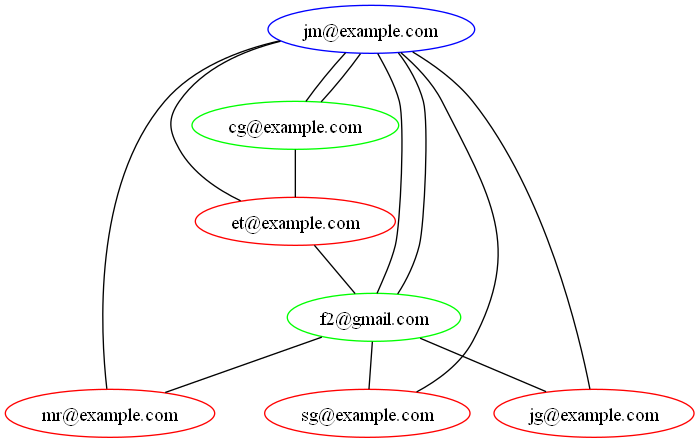
Above: Fase3/main/build/Desktop_Qt_6_7_2_MinGW_64_bit-Debug/grafo_Amistades_Sugerencias.dot.png in Kevin-alvarez1/PROYECTO_MULTIFASES_RED_SOCIAL (Graphviz), before the change. Its source is kept beside it as Fase3/main/build/Desktop_Qt_6_7_2_MinGW_64_bit-Debug/grafo_Amistades_Sugerencias.dot.
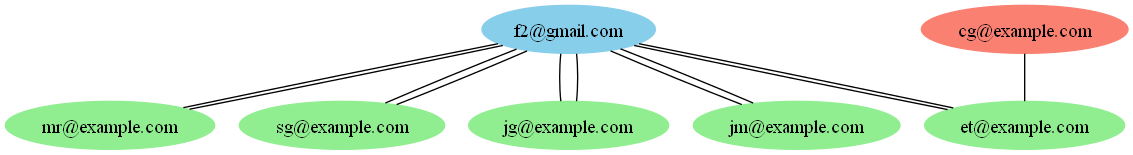
The same file after the commit.

What changed in the source:
```diff
@@ -1,22 +1,20 @@
 digraph G {
-"jm@example.com" [label="jm@example.com" color="blue"];
-"f2@gmail.com" [label="f2@gmail.com" color="green"];
-"jm@example.com" -> "f2@gmail.com" [dir=none];
-"cg@example.com" [label="cg@example.com" color="green"];
-"jm@example.com" -> "cg@example.com" [dir=none];
-"et@example.com" [label="et@example.com" color="red"];
-"jm@example.com" -> "et@example.com" [dir=none];
-"mr@example.com" [label="mr@example.com" color="red"];
-"jm@example.com" -> "mr@example.com" [dir=none];
-"sg@example.com" [label="sg@example.com" color="red"];
-"jm@example.com" -> "sg@example.com" [dir=none];
-"jg@example.com" [label="jg@example.com" color="red"];
-"jm@example.com" -> "jg@example.com" [dir=none];
+"f2@gmail.com" [label="f2@gmail.com" color="skyblue", style=filled];
+"mr@example.com" [label="mr@example.com" color="lightgreen", style=filled];
+"f2@gmail.com" -> "mr@example.com" [dir=none];
+"sg@example.com" [label="sg@example.com" color="lightgreen", style=filled];
+"f2@gmail.com" -> "sg@example.com" [dir=none];
+"jg@example.com" [label="jg@example.com" color="lightgreen", style=filled];
+"f2@gmail.com" -> "jg@example.com" [dir=none];
+"jm@example.com" [label="jm@example.com" color="lightgreen", style=filled];
+"f2@gmail.com" -> "jm@example.com" [dir=none];
+"et@example.com" [label="et@example.com" color="lightgreen", style=filled];
+"f2@gmail.com" -> "et@example.com" [dir=none];
+"cg@example.com" [label="cg@example.com" color="salmon", style=filled];
 "f2@gmail.com" -> "mr@example.com"[dir=none];
 "f2@gmail.com" -> "sg@example.com"[dir=none];
 "f2@gmail.com" -> "jg@example.com"[dir=none];
 "f2@gmail.com" -> "jm@example.com"[dir=none];
 "et@example.com" -> "f2@gmail.com"[dir=none];
 "cg@example.com" -> "et@example.com"[dir=none];
-"cg@example.com" -> "jm@example.com"[dir=none];
 }
```
